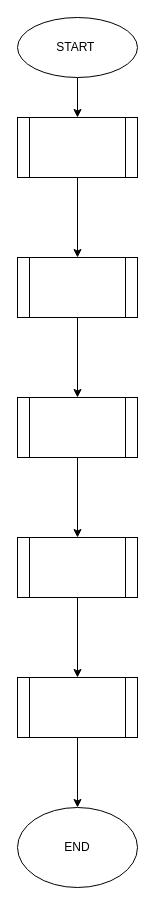
The draw.io diagram page "Page-1" (1 of 3) of Flowchart.drawio in aqilanwar/vote301, before the edit. Source tidied: cells renumbered, new cells numbered last; positions are measured from the earlier drawing's top-left corner, leaving out a move shared by most shapes. Both pictures are drawn from the tidied source at 100%, with x=0, y=0 at pixel (17, 17).
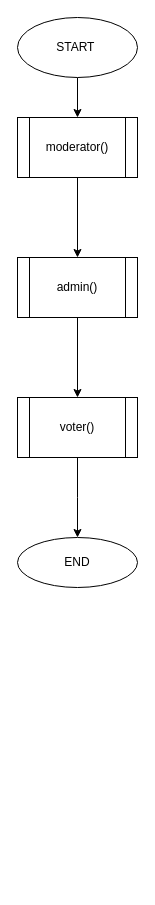
The same page after the edit.

Change to the diagram source:
```diff
@@
 <mxGraphModel>
   <root>
     <mxCell id="0" />
     <mxCell id="1" parent="0" />
     <mxCell id="2" style="edgeStyle=orthogonalEdgeStyle;rounded=0;jettySize=auto;html=1;" parent="1" edge="1" source="3" target="5">
       <mxGeometry relative="1" as="geometry" />
     </mxCell>
     <mxCell id="3" value="START&amp;nbsp;" style="ellipse;whiteSpace=wrap;html=1;" parent="1" vertex="1">
       <mxGeometry width="120" height="60" as="geometry" />
     </mxCell>
     <mxCell id="4" style="edgeStyle=orthogonalEdgeStyle;rounded=0;jettySize=auto;html=1;" parent="1" edge="1" source="5" target="7">
       <mxGeometry relative="1" as="geometry" />
     </mxCell>
-    <mxCell id="5" style="shape=process;whiteSpace=wrap;html=1;backgroundOutline=1;" parent="1" vertex="1">
+    <mxCell id="5" value="moderator()" style="shape=process;whiteSpace=wrap;html=1;backgroundOutline=1;" parent="1" vertex="1">
       <mxGeometry y="100" width="120" height="60" as="geometry" />
     </mxCell>
     <mxCell id="6" style="edgeStyle=orthogonalEdgeStyle;rounded=0;jettySize=auto;html=1;" parent="1" edge="1" source="7" target="9">
       <mxGeometry relative="1" as="geometry" />
     </mxCell>
-    <mxCell id="7" style="shape=process;whiteSpace=wrap;html=1;backgroundOutline=1;" parent="1" vertex="1">
+    <mxCell id="7" value="admin()" style="shape=process;whiteSpace=wrap;html=1;backgroundOutline=1;" parent="1" vertex="1">
       <mxGeometry y="240" width="120" height="60" as="geometry" />
     </mxCell>
-    <mxCell id="8" style="edgeStyle=orthogonalEdgeStyle;rounded=0;jettySize=auto;html=1;" parent="1" edge="1" source="9" target="11">
-      <mxGeometry relative="1" as="geometry" />
+    <mxCell id="8" style="edgeStyle=orthogonalEdgeStyle;rounded=0;jettySize=auto;html=1;" parent="1" edge="1" source="9">
+      <mxGeometry relative="1" as="geometry">
+        <mxPoint x="60" y="520" as="targetPoint" />
+      </mxGeometry>
     </mxCell>
-    <mxCell id="9" style="shape=process;whiteSpace=wrap;html=1;backgroundOutline=1;" parent="1" vertex="1">
+    <mxCell id="9" value="voter()" style="shape=process;whiteSpace=wrap;html=1;backgroundOutline=1;" parent="1" vertex="1">
       <mxGeometry y="380" width="120" height="60" as="geometry" />
     </mxCell>
-    <mxCell id="10" style="edgeStyle=orthogonalEdgeStyle;rounded=0;jettySize=auto;html=1;" parent="1" edge="1" source="11" target="13">
-      <mxGeometry relative="1" as="geometry" />
-    </mxCell>
-    <mxCell id="11" style="shape=process;whiteSpace=wrap;html=1;backgroundOutline=1;" parent="1" vertex="1">
-      <mxGeometry y="520" width="120" height="60" as="geometry" />
-    </mxCell>
-    <mxCell id="12" style="edgeStyle=orthogonalEdgeStyle;rounded=0;jettySize=auto;html=1;" parent="1" edge="1" source="13" target="14">
-      <mxGeometry relative="1" as="geometry" />
-    </mxCell>
-    <mxCell id="13" style="shape=process;whiteSpace=wrap;html=1;backgroundOutline=1;" parent="1" vertex="1">
-      <mxGeometry y="660" width="120" height="60" as="geometry" />
-    </mxCell>
     <mxCell id="14" value="END" style="ellipse;whiteSpace=wrap;html=1;" parent="1" vertex="1">
-      <mxGeometry y="790" width="120" height="80" as="geometry" />
+      <mxGeometry y="520" width="120" height="50" as="geometry" />
     </mxCell>
   </root>
 </mxGraphModel>
```
